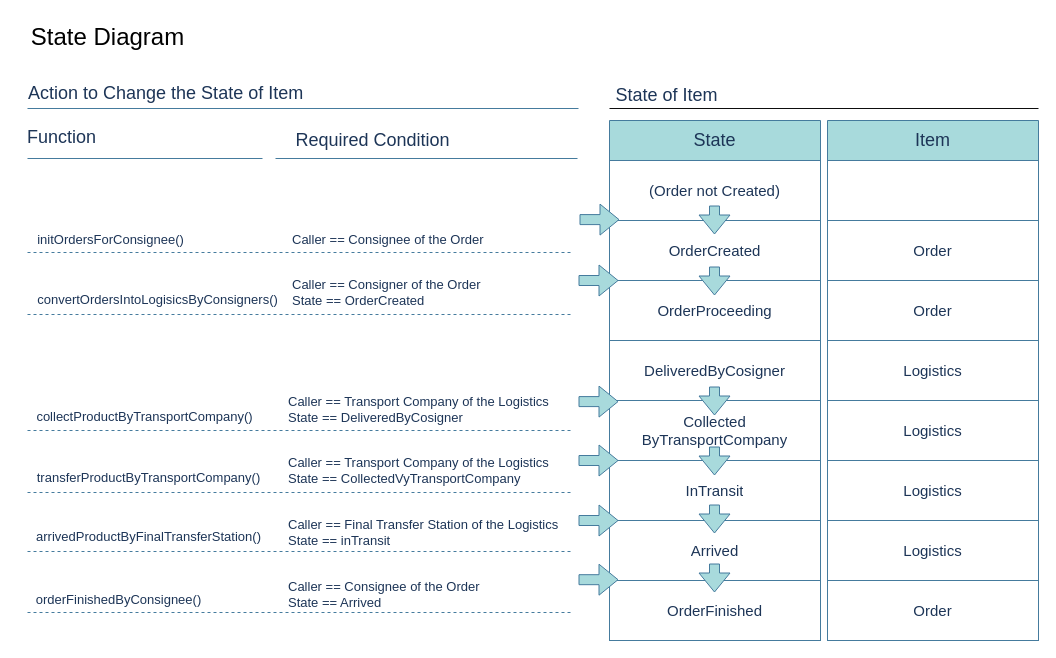
siheyase/yunjisuan keeps this draw.io diagram as State.drawio. Above is the earlier version. Source tidied: cells renumbered, new cells numbered last; positions are measured from the earlier drawing's top-left corner, leaving out a move shared by most shapes. Both pictures are drawn from the tidied source at 100%, with x=0, y=0 at pixel (17, 17).
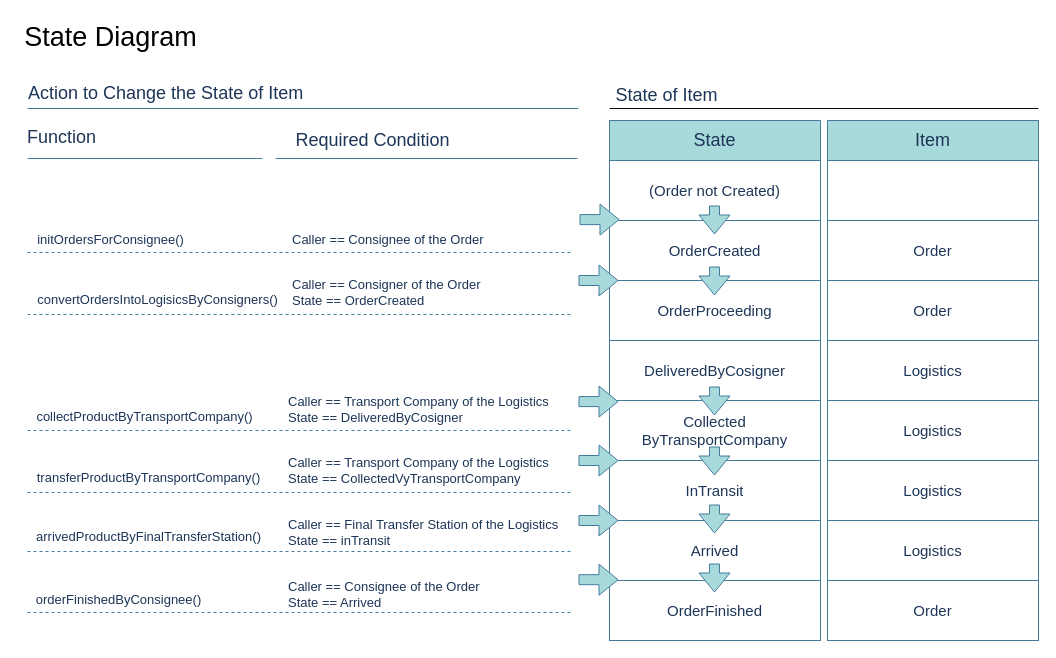
Above is the later version.

Change to the diagram source:
```diff
@@
-    <mxCell id="2" value="&lt;font style=&quot;font-weight: normal;&quot; color=&quot;#000000&quot;&gt;State Diagram&lt;/font&gt;" style="text;strokeColor=none;fillColor=none;html=1;fontSize=24;fontStyle=1;verticalAlign=middle;align=center;fontColor=#1D3557;rounded=1;labelBackgroundColor=none;" parent="1" vertex="1">
-      <mxGeometry x="40" width="100" height="40" as="geometry" />
+    <mxCell id="2" value="&lt;font style=&quot;font-weight: normal; font-size: 27px;&quot; color=&quot;#000000&quot;&gt;State Diagram&lt;/font&gt;" style="text;strokeColor=none;fillColor=none;html=1;fontSize=24;fontStyle=1;verticalAlign=middle;align=center;fontColor=#1D3557;rounded=1;labelBackgroundColor=none;" parent="1" vertex="1">
+      <mxGeometry x="42.5" width="100" height="40" as="geometry" />
     </mxCell>
```
